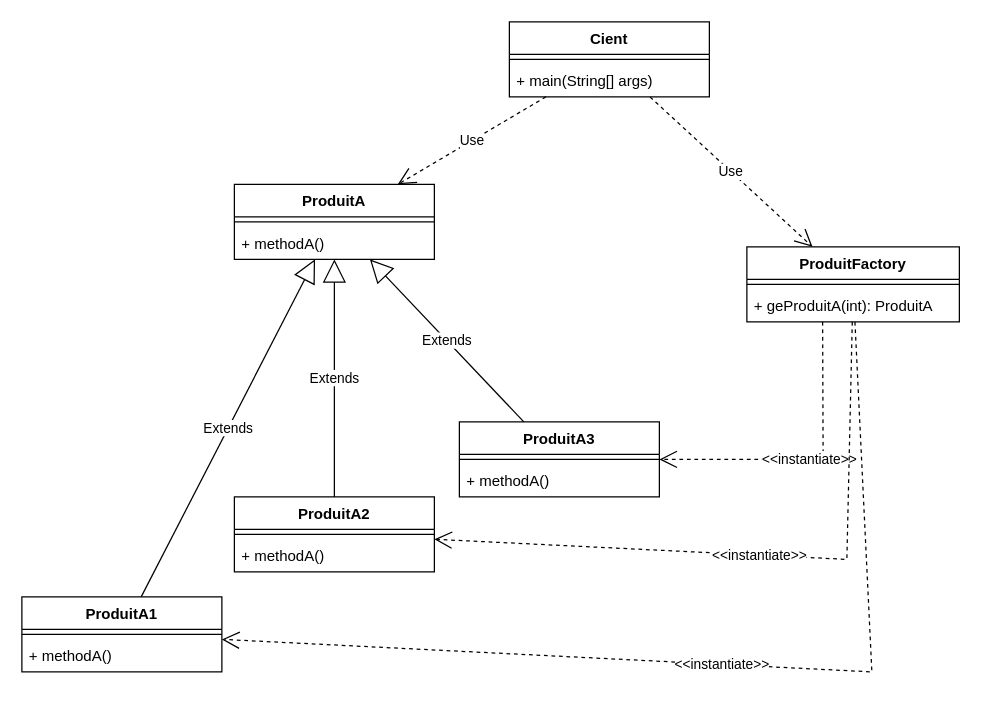
The draw.io diagram page "exo1" (1 of 4) of Factory Pattern/Exo 1/uml.drawio in Tomdieu/tp-info-4067, before the edit. Source tidied: cells renumbered, new cells numbered last; positions are measured from the earlier drawing's top-left corner, leaving out a move shared by most shapes. Both pictures are drawn from the tidied source at 125%, with x=0, y=0 at pixel (21, 21).
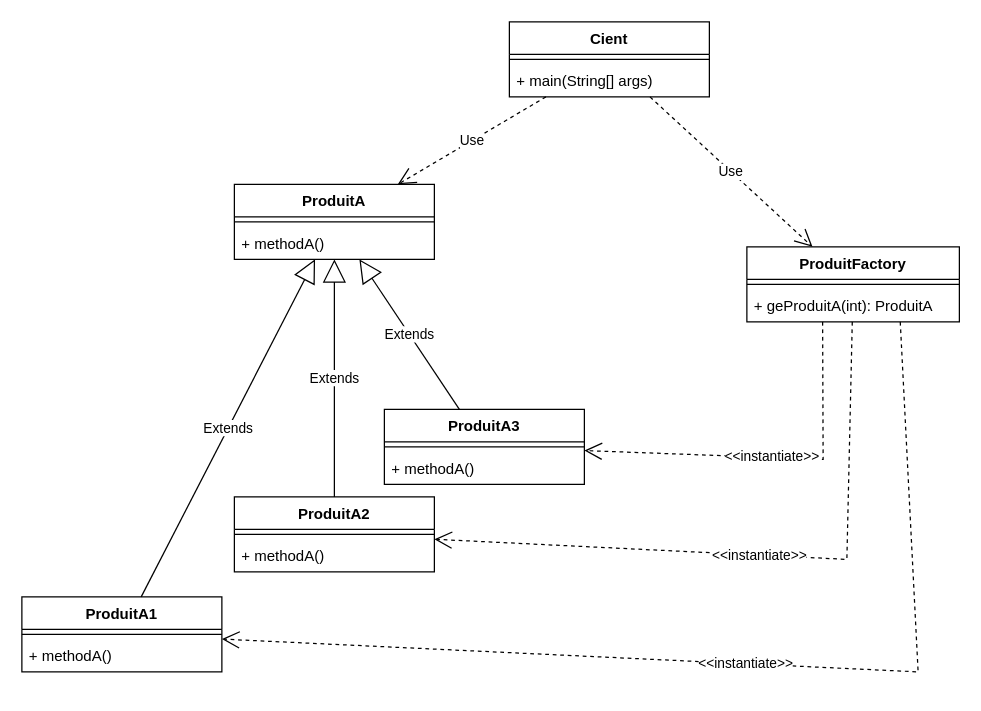
The same page after the edit.

The change refers to these unchanged cells:
```xml
<mxCell id="2" value="ProduitFactory" style="swimlane;fontStyle=1;align=center;verticalAlign=top;horizontal=1;startSize=26;" parent="1" vertex="1">
  <mxGeometry x="580" y="180" width="170" height="60" as="geometry" />
</mxCell>
<mxCell id="14" value="ProduitA1" style="swimlane;fontStyle=1;align=center;verticalAlign=top;horizontal=1;startSize=26;" parent="1" vertex="1">
  <mxGeometry y="460" width="160" height="60" as="geometry" />
</mxCell>
```

Diff of the diagram source:
```diff
@@
-    <mxCell id="5" value="&amp;lt;&amp;lt;instantiate&amp;gt;&amp;gt;" style="endArrow=open;endSize=12;dashed=1;html=1;rounded=0;" parent="1" edge="1" source="2" target="14">
+    <mxCell id="5" value="&amp;lt;&amp;lt;instantiate&amp;gt;&amp;gt;" style="endArrow=open;endSize=12;dashed=1;html=1;rounded=0;" parent="1" edge="1" target="14">
       <mxGeometry relative="1" as="geometry">
+        <mxPoint x="702.7" y="240" as="sourcePoint" />
         <Array as="points">
-          <mxPoint x="680" y="520" />
+          <mxPoint x="717" y="520" />
         </Array>
       </mxGeometry>
     </mxCell>
@@
     <mxCell id="20" value="ProduitA3" style="swimlane;fontStyle=1;align=center;verticalAlign=top;horizontal=1;startSize=26;" parent="1" vertex="1">
-      <mxGeometry x="350" y="320" width="160" height="60" as="geometry" />
+      <mxGeometry x="290" y="310" width="160" height="60" as="geometry" />
     </mxCell>
```
